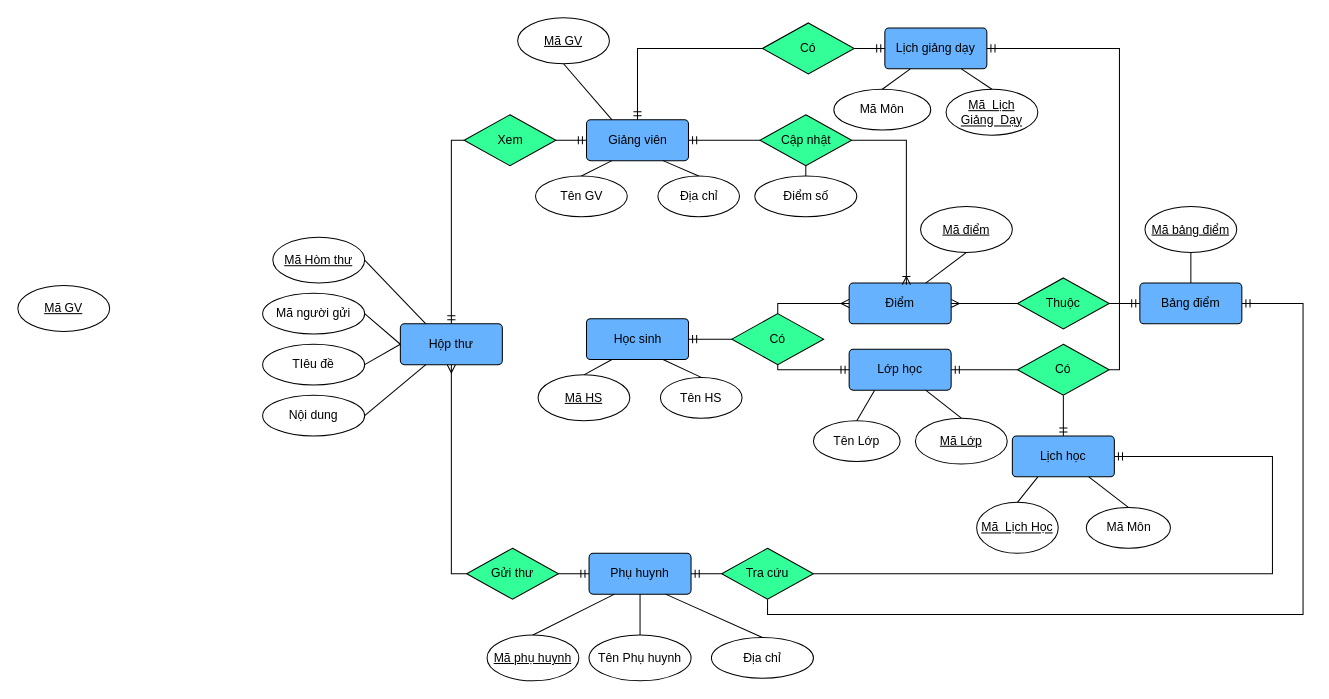
trungvu267/sunny-page keeps this draw.io diagram as Untitled Diagram.drawio. Above is the earlier version. Source tidied: cells renumbered, new cells numbered last; positions are measured from the earlier drawing's top-left corner, leaving out a move shared by most shapes. Both pictures are drawn from the tidied source at 102%, with x=0, y=0 at pixel (17, 17).
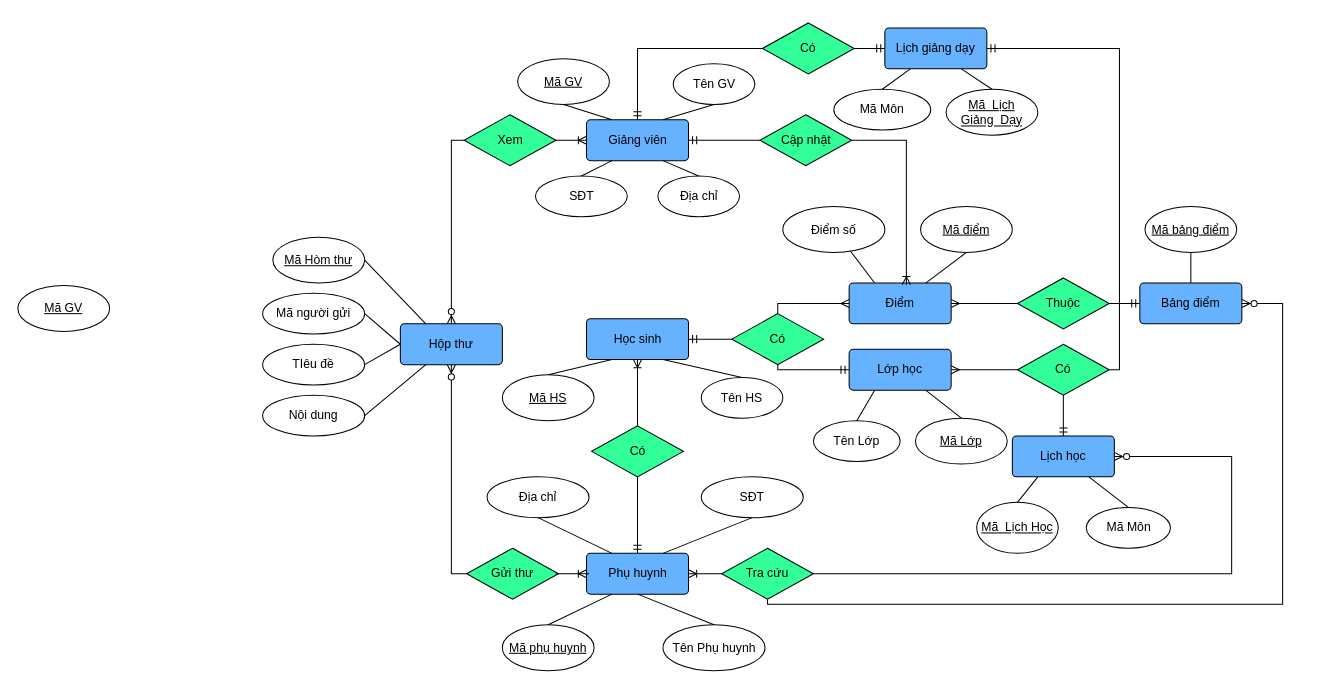
The same page after the edit.

Unchanged cells that the change refers to:
```xml
<mxCell id="2" value="Điểm" style="rounded=1;arcSize=10;whiteSpace=wrap;html=1;align=center;fillColor=#66B2FF;" parent="1" vertex="1">
  <mxGeometry x="815" y="260" width="100" height="40" as="geometry" />
</mxCell>
<mxCell id="4" value="Giảng viên" style="rounded=1;arcSize=10;whiteSpace=wrap;html=1;align=center;fillColor=#66B2FF;" parent="1" vertex="1">
  <mxGeometry x="557.5" y="100" width="100" height="40" as="geometry" />
</mxCell>
<mxCell id="5" value="Học sinh" style="rounded=1;arcSize=10;whiteSpace=wrap;html=1;align=center;fillColor=#66B2FF;" parent="1" vertex="1">
  <mxGeometry x="557.5" y="295" width="100" height="40" as="geometry" />
</mxCell>
<mxCell id="6" value="Hộp thư" style="rounded=1;arcSize=10;whiteSpace=wrap;html=1;align=center;fillColor=#66B2FF;" parent="1" vertex="1">
  <mxGeometry x="375" y="300" width="100" height="40" as="geometry" />
</mxCell>
<mxCell id="7" value="Lớp học" style="rounded=1;arcSize=10;whiteSpace=wrap;html=1;align=center;fillColor=#66B2FF;" parent="1" vertex="1">
  <mxGeometry x="815" y="325" width="100" height="40" as="geometry" />
</mxCell>
<mxCell id="9" value="Lịch học" style="rounded=1;arcSize=10;whiteSpace=wrap;html=1;align=center;fillColor=#66B2FF;" parent="1" vertex="1">
  <mxGeometry x="975" y="410" width="100" height="40" as="geometry" />
</mxCell>
<mxCell id="10" value="Bảng điểm" style="rounded=1;arcSize=10;whiteSpace=wrap;html=1;align=center;fillColor=#66B2FF;" parent="1" vertex="1">
  <mxGeometry x="1100" y="260" width="100" height="40" as="geometry" />
</mxCell>
<mxCell id="21" value="Tra cứu" style="shape=rhombus;perimeter=rhombusPerimeter;whiteSpace=wrap;html=1;align=center;fillColor=#33FF99;" parent="1" vertex="1">
  <mxGeometry x="690" y="520" width="90" height="50" as="geometry" />
</mxCell>
<mxCell id="25" value="Xem" style="shape=rhombus;perimeter=rhombusPerimeter;whiteSpace=wrap;html=1;align=center;fillColor=#33FF99;" parent="1" vertex="1">
  <mxGeometry x="437.5" y="95" width="90" height="50" as="geometry" />
</mxCell>
<mxCell id="26" value="Gửi thư" style="shape=rhombus;perimeter=rhombusPerimeter;whiteSpace=wrap;html=1;align=center;fillColor=#33FF99;" parent="1" vertex="1">
  <mxGeometry x="440" y="520" width="90" height="50" as="geometry" />
</mxCell>
<mxCell id="31" value="Cập nhật" style="shape=rhombus;perimeter=rhombusPerimeter;whiteSpace=wrap;html=1;align=center;fillColor=#33FF99;" parent="1" vertex="1">
  <mxGeometry x="727.5" y="95" width="90" height="50" as="geometry" />
</mxCell>
<mxCell id="74" value="Có" style="shape=rhombus;perimeter=rhombusPerimeter;whiteSpace=wrap;html=1;align=center;fillColor=#33FF99;" parent="1" vertex="1">
  <mxGeometry x="980" y="320" width="90" height="50" as="geometry" />
</mxCell>
```

Change to the diagram source:
```diff
@@
     <mxCell id="3" value="Phụ huynh" style="rounded=1;arcSize=10;whiteSpace=wrap;html=1;align=center;fillColor=#66B2FF;" parent="1" vertex="1">
-      <mxGeometry x="560" y="525" width="100" height="40" as="geometry" />
+      <mxGeometry x="557.5" y="525" width="100" height="40" as="geometry" />
     </mxCell>
@@
-    <mxCell id="22" style="edgeStyle=entityRelationEdgeStyle;fontSize=12;html=1;endArrow=ERmandOne;rounded=0;entryX=1;entryY=0.5;entryDx=0;entryDy=0;exitX=0;exitY=0.5;exitDx=0;exitDy=0;" parent="1" edge="1" source="21" target="3">
-      <mxGeometry relative="1" as="geometry" />
-    </mxCell>
-    <mxCell id="23" style="edgeStyle=orthogonalEdgeStyle;fontSize=12;html=1;endArrow=ERmandOne;rounded=0;exitX=0.5;exitY=1;exitDx=0;exitDy=0;entryX=1;entryY=0.5;entryDx=0;entryDy=0;" parent="1" edge="1" source="21" target="10">
-      <mxGeometry relative="1" as="geometry">
-        <Array as="points">
-          <mxPoint x="735" y="585" />
-          <mxPoint x="1260" y="585" />
-          <mxPoint x="1260" y="280" />
-        </Array>
-      </mxGeometry>
-    </mxCell>
-    <mxCell id="24" style="edgeStyle=orthogonalEdgeStyle;fontSize=12;html=1;endArrow=ERmandOne;rounded=0;entryX=1;entryY=0.5;entryDx=0;entryDy=0;exitX=1;exitY=0.5;exitDx=0;exitDy=0;" parent="1" edge="1" source="21" target="9">
-      <mxGeometry relative="1" as="geometry">
-        <Array as="points">
-          <mxPoint x="1230" y="545" />
-          <mxPoint x="1230" y="430" />
-        </Array>
-      </mxGeometry>
-    </mxCell>
@@
-    <mxCell id="27" style="edgeStyle=entityRelationEdgeStyle;fontSize=12;html=1;endArrow=ERmandOne;rounded=0;exitX=1;exitY=0.5;exitDx=0;exitDy=0;" parent="1" edge="1" source="25">
-      <mxGeometry relative="1" as="geometry">
-        <mxPoint x="557.5" y="120" as="targetPoint" />
-      </mxGeometry>
-    </mxCell>
-    <mxCell id="28" style="edgeStyle=entityRelationEdgeStyle;fontSize=12;html=1;endArrow=ERmandOne;rounded=0;entryX=0;entryY=0.5;entryDx=0;entryDy=0;exitX=1;exitY=0.5;exitDx=0;exitDy=0;" parent="1" edge="1" source="26" target="3">
-      <mxGeometry relative="1" as="geometry" />
-    </mxCell>
-    <mxCell id="29" style="edgeStyle=orthogonalEdgeStyle;fontSize=12;html=1;endArrow=ERmany;rounded=0;entryX=0.5;entryY=1;entryDx=0;entryDy=0;exitX=0;exitY=0.5;exitDx=0;exitDy=0;" parent="1" edge="1" source="26" target="6">
-      <mxGeometry relative="1" as="geometry" />
-    </mxCell>
-    <mxCell id="30" style="edgeStyle=orthogonalEdgeStyle;fontSize=12;html=1;endArrow=ERmandOne;rounded=0;entryX=0.5;entryY=0;entryDx=0;entryDy=0;exitX=0;exitY=0.5;exitDx=0;exitDy=0;" parent="1" edge="1" source="25" target="6">
-      <mxGeometry relative="1" as="geometry" />
-    </mxCell>
@@
     <mxCell id="34" value="Mã GV" style="ellipse;whiteSpace=wrap;html=1;align=center;fontStyle=4;" parent="1" vertex="1">
-      <mxGeometry x="490" width="90" height="45" as="geometry" />
+      <mxGeometry x="490" y="40" width="90" height="45" as="geometry" />
     </mxCell>
     <mxCell id="35" value="Tên Phụ huynh" style="ellipse;whiteSpace=wrap;html=1;align=center;" parent="1" vertex="1">
-      <mxGeometry x="560" y="605" width="100" height="45" as="geometry" />
+      <mxGeometry x="632.5" y="595" width="100" height="45" as="geometry" />
     </mxCell>
     <mxCell id="36" value="Mã phụ huynh" style="ellipse;whiteSpace=wrap;html=1;align=center;fontStyle=4;" parent="1" vertex="1">
-      <mxGeometry x="460" y="605" width="90" height="45" as="geometry" />
+      <mxGeometry x="475" y="595" width="90" height="45" as="geometry" />
     </mxCell>
-    <mxCell id="37" value="Tên GV" style="ellipse;whiteSpace=wrap;html=1;align=center;" parent="1" vertex="1">
+    <mxCell id="37" value="SĐT" style="ellipse;whiteSpace=wrap;html=1;align=center;" parent="1" vertex="1">
       <mxGeometry x="507.5" y="155" width="90" height="40" as="geometry" />
     </mxCell>
@@
     <mxCell id="42" value="Mã HS" style="ellipse;whiteSpace=wrap;html=1;align=center;fontStyle=4;" parent="1" vertex="1">
-      <mxGeometry x="510" y="350" width="90" height="45" as="geometry" />
+      <mxGeometry x="475" y="350" width="90" height="45" as="geometry" />
     </mxCell>
     <mxCell id="43" value="Tên HS" style="ellipse;whiteSpace=wrap;html=1;align=center;" parent="1" vertex="1">
-      <mxGeometry x="630" y="352.5" width="80" height="40" as="geometry" />
+      <mxGeometry x="670" y="352.5" width="80" height="40" as="geometry" />
     </mxCell>
@@
     <mxCell id="47" value="Địa chỉ" style="ellipse;whiteSpace=wrap;html=1;align=center;" parent="1" vertex="1">
-      <mxGeometry x="680" y="607.5" width="100" height="40" as="geometry" />
+      <mxGeometry x="460" y="450" width="100" height="40" as="geometry" />
     </mxCell>
-    <mxCell id="48" style="endArrow=none;html=1;rounded=0;entryX=0.75;entryY=1;entryDx=0;entryDy=0;exitX=0.5;exitY=0;exitDx=0;exitDy=0;" parent="1" edge="1" source="47" target="3">
+    <mxCell id="48" style="endArrow=none;html=1;rounded=0;entryX=0.25;entryY=0;entryDx=0;entryDy=0;exitX=0.5;exitY=1;exitDx=0;exitDy=0;" parent="1" edge="1" source="47" target="3">
       <mxGeometry relative="1" as="geometry" />
     </mxCell>
@@
     <mxCell id="60" value="Điểm số" style="ellipse;whiteSpace=wrap;html=1;align=center;" parent="1" vertex="1">
-      <mxGeometry x="722.5" y="155" width="100" height="40" as="geometry" />
+      <mxGeometry x="750" y="185" width="100" height="45" as="geometry" />
     </mxCell>
-    <mxCell id="61" style="endArrow=none;html=1;rounded=0;entryX=0.5;entryY=1;entryDx=0;entryDy=0;exitX=0.5;exitY=0;exitDx=0;exitDy=0;" parent="1" edge="1" source="60" target="31">
+    <mxCell id="61" style="endArrow=none;html=1;rounded=0;entryX=0.25;entryY=0;entryDx=0;entryDy=0;" parent="1" edge="1" source="60" target="2">
       <mxGeometry relative="1" as="geometry" />
     </mxCell>
@@
-    <mxCell id="75" style="fontSize=12;html=1;endArrow=ERmandOne;rounded=0;exitX=0;exitY=0.5;exitDx=0;exitDy=0;entryX=1;entryY=0.5;entryDx=0;entryDy=0;" parent="1" edge="1" source="74" target="7">
-      <mxGeometry relative="1" as="geometry" />
-    </mxCell>
@@
+    <mxCell id="82" value="Tên GV" style="ellipse;whiteSpace=wrap;html=1;align=center;" parent="1" vertex="1">
+      <mxGeometry x="642.5" y="45" width="80" height="40" as="geometry" />
+    </mxCell>
+    <mxCell id="83" style="endArrow=none;html=1;rounded=0;exitX=0.5;exitY=1;exitDx=0;exitDy=0;entryX=0.75;entryY=0;entryDx=0;entryDy=0;" parent="1" edge="1" source="82" target="4">
+      <mxGeometry relative="1" as="geometry" />
+    </mxCell>
+    <mxCell id="84" value="SĐT" style="ellipse;whiteSpace=wrap;html=1;align=center;" parent="1" vertex="1">
+      <mxGeometry x="670" y="450" width="100" height="40" as="geometry" />
+    </mxCell>
+    <mxCell id="85" style="endArrow=none;html=1;rounded=0;entryX=0.75;entryY=0;entryDx=0;entryDy=0;exitX=0.5;exitY=1;exitDx=0;exitDy=0;" parent="1" edge="1" source="84" target="3">
+      <mxGeometry relative="1" as="geometry" />
+    </mxCell>
+    <mxCell id="24" style="edgeStyle=orthogonalEdgeStyle;fontSize=12;html=1;endArrow=ERzeroToMany;endFill=1;rounded=0;exitX=1;exitY=0.5;exitDx=0;exitDy=0;entryX=1;entryY=0.5;entryDx=0;entryDy=0;" parent="1" edge="1" source="21" target="9">
+      <mxGeometry relative="1" as="geometry">
+        <Array as="points">
+          <mxPoint x="1190" y="545" />
+          <mxPoint x="1190" y="430" />
+        </Array>
+      </mxGeometry>
+    </mxCell>
+    <mxCell id="23" style="edgeStyle=orthogonalEdgeStyle;fontSize=12;html=1;endArrow=ERzeroToMany;endFill=1;rounded=0;entryX=1;entryY=0.5;entryDx=0;entryDy=0;" parent="1" edge="1" source="21" target="10">
+      <mxGeometry relative="1" as="geometry">
+        <Array as="points">
+          <mxPoint x="735" y="575" />
+          <mxPoint x="1240" y="575" />
+          <mxPoint x="1240" y="280" />
+        </Array>
+      </mxGeometry>
+    </mxCell>
+    <mxCell id="22" style="edgeStyle=entityRelationEdgeStyle;fontSize=12;html=1;endArrow=ERoneToMany;rounded=0;entryX=1;entryY=0.5;entryDx=0;entryDy=0;exitX=0;exitY=0.5;exitDx=0;exitDy=0;" parent="1" edge="1" source="21" target="3">
+      <mxGeometry relative="1" as="geometry" />
+    </mxCell>
+    <mxCell id="86" value="Có" style="shape=rhombus;perimeter=rhombusPerimeter;whiteSpace=wrap;html=1;align=center;fillColor=#33FF99;" parent="1" vertex="1">
+      <mxGeometry x="562.5" y="400" width="90" height="50" as="geometry" />
+    </mxCell>
+    <mxCell id="87" style="fontSize=12;html=1;endArrow=ERmandOne;rounded=0;entryX=0.5;entryY=0;entryDx=0;entryDy=0;exitX=0.5;exitY=1;exitDx=0;exitDy=0;" parent="1" edge="1" source="86" target="3">
+      <mxGeometry relative="1" as="geometry" />
+    </mxCell>
+    <mxCell id="88" style="fontSize=12;html=1;endArrow=ERoneToMany;rounded=0;entryX=0.5;entryY=1;entryDx=0;entryDy=0;exitX=0.5;exitY=0;exitDx=0;exitDy=0;" parent="1" edge="1" source="86" target="5">
+      <mxGeometry relative="1" as="geometry" />
+    </mxCell>
+    <mxCell id="28" style="edgeStyle=entityRelationEdgeStyle;fontSize=12;html=1;endArrow=ERoneToMany;rounded=0;entryX=0;entryY=0.5;entryDx=0;entryDy=0;exitX=1;exitY=0.5;exitDx=0;exitDy=0;" parent="1" edge="1" source="26" target="3">
+      <mxGeometry relative="1" as="geometry" />
+    </mxCell>
+    <mxCell id="29" style="edgeStyle=orthogonalEdgeStyle;fontSize=12;html=1;endArrow=ERzeroToMany;endFill=1;rounded=0;exitX=0;exitY=0.5;exitDx=0;exitDy=0;entryX=0.5;entryY=1;entryDx=0;entryDy=0;" parent="1" edge="1" source="26" target="6">
+      <mxGeometry relative="1" as="geometry" />
+    </mxCell>
+    <mxCell id="89" style="edgeStyle=entityRelationEdgeStyle;fontSize=12;html=1;endArrow=ERoneToMany;rounded=0;entryX=0;entryY=0.5;entryDx=0;entryDy=0;exitX=1;exitY=0.5;exitDx=0;exitDy=0;" parent="1" edge="1" source="25" target="4">
+      <mxGeometry relative="1" as="geometry" />
+    </mxCell>
+    <mxCell id="30" style="edgeStyle=orthogonalEdgeStyle;fontSize=12;html=1;endArrow=ERzeroToMany;endFill=1;rounded=0;exitX=0;exitY=0.5;exitDx=0;exitDy=0;entryX=0.5;entryY=0;entryDx=0;entryDy=0;" parent="1" edge="1" source="25" target="6">
+      <mxGeometry relative="1" as="geometry" />
+    </mxCell>
+    <mxCell id="75" style="edgeStyle=entityRelationEdgeStyle;fontSize=12;html=1;endArrow=ERmany;rounded=0;exitX=0;exitY=0.5;exitDx=0;exitDy=0;entryX=1;entryY=0.5;entryDx=0;entryDy=0;" parent="1" edge="1" source="74" target="7">
+      <mxGeometry relative="1" as="geometry" />
+    </mxCell>
```
